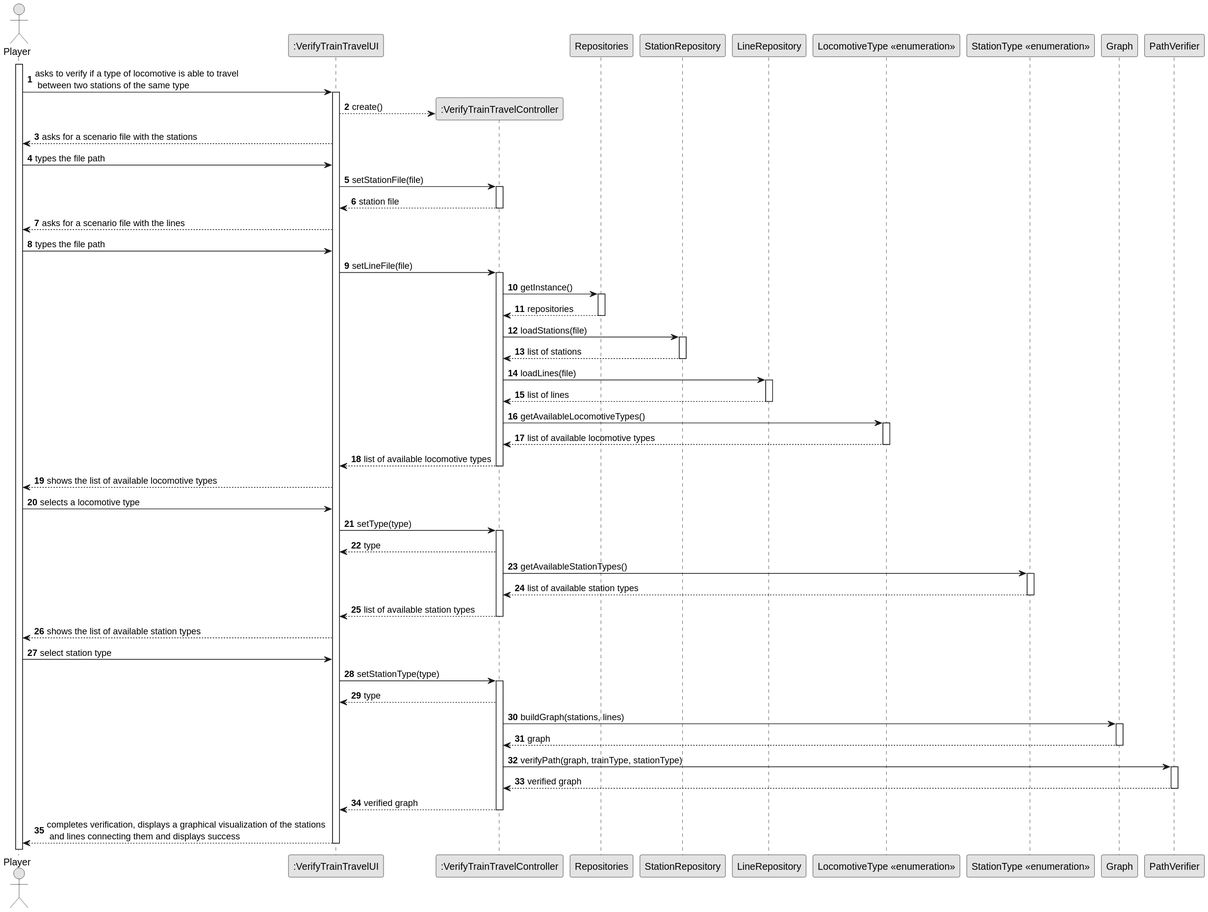
Earlier version of the PlantUML export Sprint2/US013/03.design/svg/US013-SD-full.svg (1240935/pi2-railway-simulator).
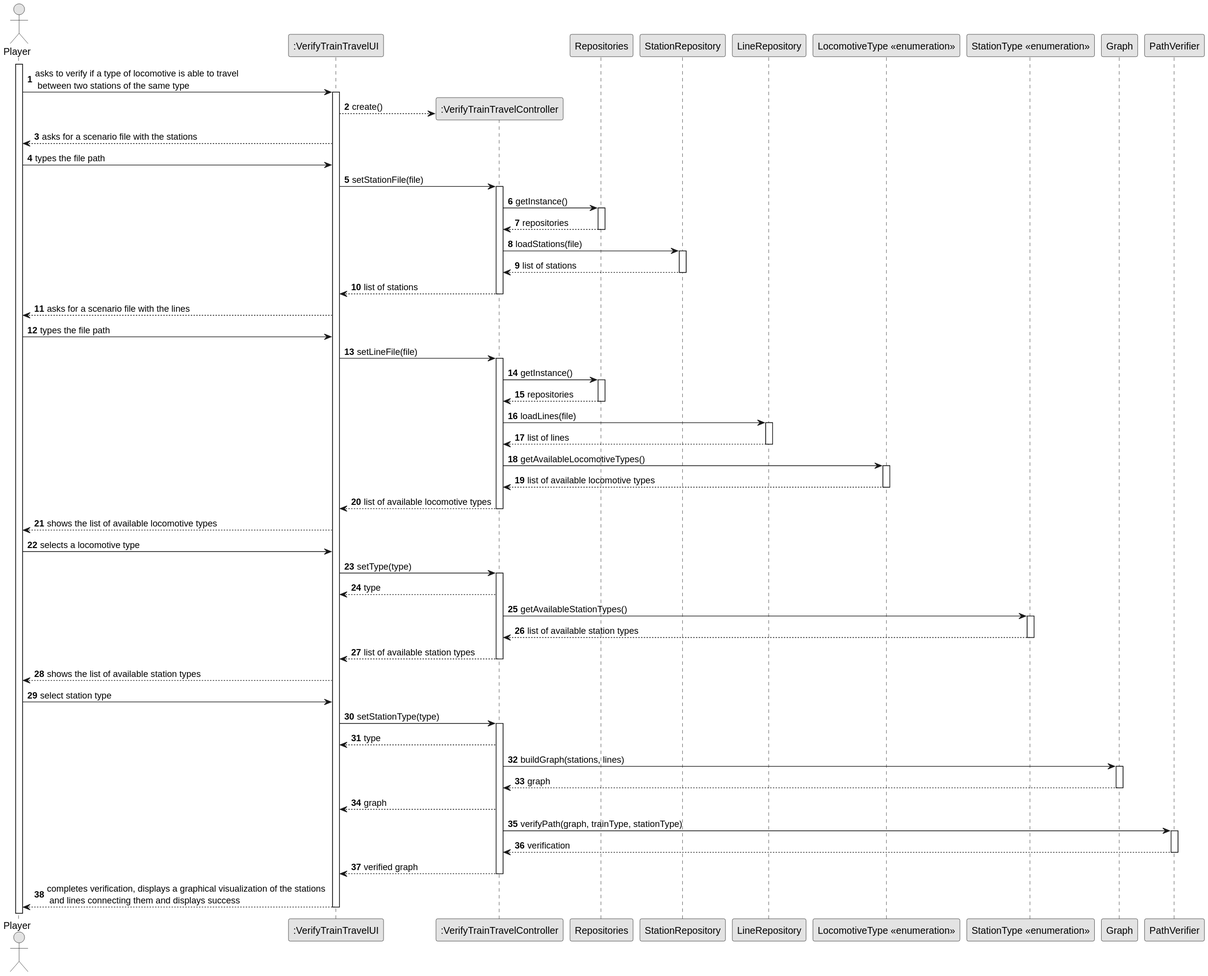
Later version of the same file.

What changed in the source:
```diff
@@ -28,8 +28,17 @@
 
 UI -> CTRL : setStationFile(file)
 activate CTRL
+CTRL -> REPOS : getInstance()
+activate REPOS
+REPOS --> CTRL : repositories
+deactivate REPOS
 
-CTRL --> UI : station file
+CTRL -> STREPO : loadStations(file)
+activate STREPO
+STREPO --> CTRL : list of stations
+deactivate STREPO
+
+CTRL --> UI : list of stations
 deactivate CTRL
 UI --> PLAYER :asks for a scenario file with the lines
 PLAYER -> UI :  types the file path
@@ -40,11 +49,6 @@
 activate REPOS
 REPOS --> CTRL : repositories
 deactivate REPOS
-
-CTRL -> STREPO : loadStations(file)
-activate STREPO
-STREPO --> CTRL : list of stations
-deactivate STREPO
 
 CTRL -> LINEREPO : loadLines(file)
 activate LINEREPO
@@ -81,10 +85,11 @@
 activate GRAPH
 GRAPH --> CTRL : graph
 deactivate GRAPH
+CTRL --> UI : graph
 
 CTRL -> PATH : verifyPath(graph, trainType, stationType)
 activate PATH
-PATH --> CTRL : verified graph
+PATH --> CTRL : verification
 deactivate PATH
 
 CTRL --> UI : verified graph
```
